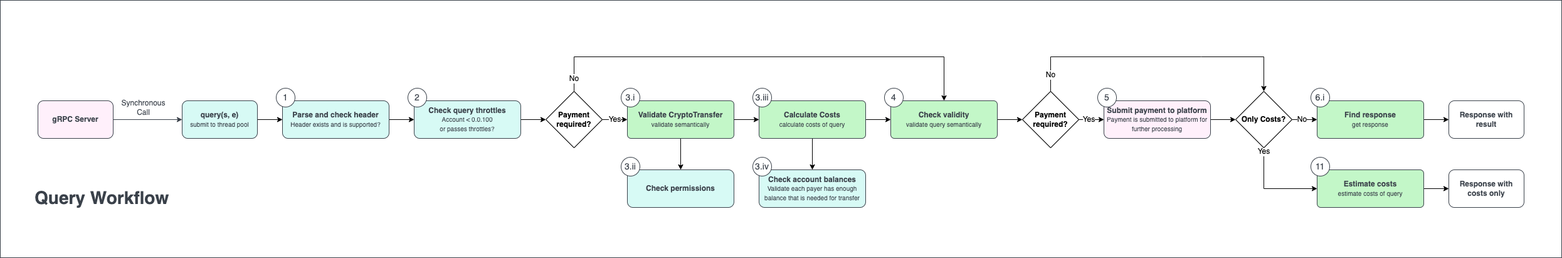
The draw.io diagram hedera-node/docs/design/app/images/Query Workflow.drawio.png in hashgraph/hedera-services, before a commit. Source tidied: cells renumbered, new cells last; positions are measured from the earlier drawing's top-left corner, leaving out a move shared by most shapes.
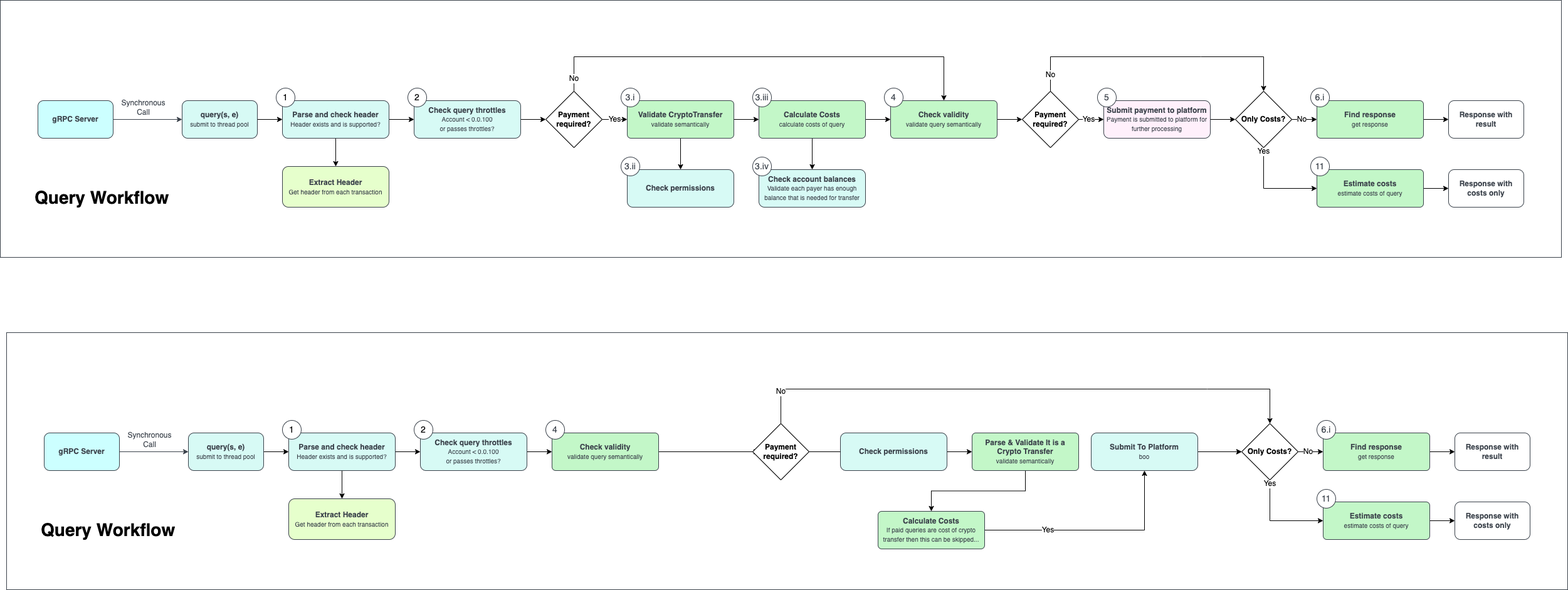
After the commit.

Diff of the diagram source:
```diff
@@ -13,7 +13,7 @@
         <mxPoint x="-16" y="-22" as="offset" />
       </mxGeometry>
     </mxCell>
-    <mxCell id="5" value="&lt;font color=&quot;#3a414a&quot;&gt;&lt;b&gt;gRPC Server&lt;/b&gt;&lt;/font&gt;" style="rounded=1;whiteSpace=wrap;html=1;fontSize=12;fillColor=#FFF0FB;strokeColor=#3A414A;" parent="1" vertex="1">
+    <mxCell id="5" value="&lt;font color=&quot;#3a414a&quot;&gt;&lt;b&gt;gRPC Server&lt;/b&gt;&lt;/font&gt;" style="rounded=1;whiteSpace=wrap;html=1;fontSize=12;fillColor=#CCFFFF;strokeColor=#3A414A;" parent="1" vertex="1">
       <mxGeometry x="60" y="160" width="120" height="60" as="geometry" />
     </mxCell>
     <mxCell id="6" style="edgeStyle=orthogonalEdgeStyle;rounded=0;jettySize=auto;html=1;exitX=1;exitY=0.5;exitDx=0;exitDy=0;fontSize=12;" parent="1" edge="1" source="7" target="14">
@@ -42,12 +42,15 @@
         <mxPoint x="1000" y="140" as="sourcePoint" />
       </mxGeometry>
     </mxCell>
-    <mxCell id="12" value="&lt;h1&gt;Query Workflow&lt;/h1&gt;" style="text;html=1;strokeColor=none;fillColor=none;spacing=5;spacingTop=-20;whiteSpace=wrap;overflow=hidden;rounded=0;labelBorderColor=none;fontSize=14;fontColor=#3A414A;" parent="1" vertex="1">
+    <mxCell id="12" value="&lt;h1&gt;Query Workflow&lt;/h1&gt;" style="text;html=1;strokeColor=none;fillColor=none;spacing=5;spacingTop=-20;whiteSpace=wrap;overflow=hidden;rounded=0;labelBorderColor=none;fontSize=14;fontColor=default;labelBackgroundColor=none;" parent="1" vertex="1">
       <mxGeometry x="50" y="290" width="480" height="50" as="geometry" />
     </mxCell>
     <mxCell id="13" style="edgeStyle=orthogonalEdgeStyle;rounded=0;jettySize=auto;html=1;exitX=1;exitY=0.5;exitDx=0;exitDy=0;entryX=0;entryY=0.5;entryDx=0;entryDy=0;" parent="1" edge="1" source="14" target="45">
       <mxGeometry relative="1" as="geometry" />
     </mxCell>
+    <mxCell id="54" style="edgeStyle=orthogonalEdgeStyle;rounded=0;jettySize=auto;html=1;" parent="1" edge="1" source="14" target="55">
+      <mxGeometry relative="1" as="geometry" />
+    </mxCell>
     <mxCell id="14" value="&lt;font color=&quot;#3a414a&quot;&gt;&lt;b&gt;Parse and check header&lt;br&gt;&lt;/b&gt;&lt;span style=&quot;font-size: 10px;&quot;&gt;Header exists and is supported?&lt;/span&gt;&lt;br&gt;&lt;/font&gt;" style="rounded=1;whiteSpace=wrap;html=1;fontSize=12;fillColor=#D7FAf5;strokeColor=#3A414A;" parent="1" vertex="1">
       <mxGeometry x="450" y="160" width="170" height="60" as="geometry" />
     </mxCell>
@@ -124,7 +127,7 @@
     <mxCell id="35" value="&lt;font color=&quot;#3a414a&quot;&gt;&lt;b&gt;Response with costs only&lt;/b&gt;&lt;br&gt;&lt;/font&gt;" style="rounded=1;whiteSpace=wrap;html=1;fontSize=12;fillColor=none;strokeColor=#3A414A;" parent="1" vertex="1">
       <mxGeometry x="2310" y="270" width="120" height="60" as="geometry" />
     </mxCell>
-    <mxCell id="36" value="1" style="ellipse;whiteSpace=wrap;html=1;labelBorderColor=none;strokeColor=#3A414A;fontSize=14;fontColor=#3A414A;fillColor=default;" parent="1" vertex="1">
+    <mxCell id="36" value="1" style="ellipse;whiteSpace=wrap;html=1;labelBorderColor=none;strokeColor=#3A414A;fontSize=14;fontColor=default;fillColor=default;" parent="1" vertex="1">
       <mxGeometry x="440" y="140" width="30" height="30" as="geometry" />
     </mxCell>
     <mxCell id="37" value="3.i" style="ellipse;whiteSpace=wrap;html=1;labelBorderColor=none;strokeColor=#3A414A;fontSize=14;fontColor=#3A414A;fillColor=default;" parent="1" vertex="1">
@@ -154,7 +157,7 @@
     <mxCell id="45" value="&lt;b style=&quot;color: rgb(58, 65, 74);&quot;&gt;Check query throttles&lt;br&gt;&lt;/b&gt;&lt;font style=&quot;color: rgb(58, 65, 74); font-size: 10px;&quot;&gt;Account &amp;lt; 0.0.100&lt;br&gt;or p&lt;/font&gt;&lt;span style=&quot;color: rgb(58, 65, 74); font-size: 10px;&quot;&gt;asses throttles?&lt;/span&gt;" style="rounded=1;whiteSpace=wrap;html=1;fontSize=12;fillColor=#D7FAf5;strokeColor=#3A414A;" parent="1" vertex="1">
       <mxGeometry x="660" y="160" width="170" height="60" as="geometry" />
     </mxCell>
-    <mxCell id="46" value="2" style="ellipse;whiteSpace=wrap;html=1;labelBorderColor=none;strokeColor=#3A414A;fontSize=14;fontColor=#3A414A;fillColor=default;" parent="1" vertex="1">
+    <mxCell id="46" value="2" style="ellipse;whiteSpace=wrap;html=1;labelBorderColor=none;strokeColor=#3A414A;fontSize=14;fontColor=default;fillColor=default;" parent="1" vertex="1">
       <mxGeometry x="650" y="140" width="30" height="30" as="geometry" />
     </mxCell>
     <mxCell id="47" style="edgeStyle=orthogonalEdgeStyle;rounded=0;jettySize=auto;html=1;exitX=1;exitY=0.5;exitDx=0;exitDy=0;entryX=0;entryY=0.5;entryDx=0;entryDy=0;" parent="1" edge="1" source="48" target="35">
@@ -178,5 +181,154 @@
     <mxCell id="53" value="3.iv" style="ellipse;whiteSpace=wrap;html=1;labelBorderColor=none;strokeColor=#3A414A;fontSize=14;fontColor=#3A414A;fillColor=default;" parent="1" vertex="1">
       <mxGeometry x="1200" y="250" width="30" height="30" as="geometry" />
     </mxCell>
+    <mxCell id="55" value="&lt;font color=&quot;#3a414a&quot;&gt;&lt;b&gt;Extract Header&lt;/b&gt;&lt;br&gt;&lt;span style=&quot;font-size: 10px;&quot;&gt;Get header from each transaction&lt;/span&gt;&lt;br&gt;&lt;/font&gt;" style="rounded=1;whiteSpace=wrap;html=1;fontSize=12;fillColor=#E6FFCC;strokeColor=#3A414A;" parent="1" vertex="1">
+      <mxGeometry x="450" y="265" width="170" height="65" as="geometry" />
+    </mxCell>
+    <mxCell id="56" style="rounded=0;whiteSpace=wrap;html=1;strokeColor=#3A414A;fillColor=default;" parent="1" vertex="1">
+      <mxGeometry x="10" y="530" width="2490" height="410" as="geometry" />
+    </mxCell>
+    <mxCell id="57" style="edgeStyle=orthogonalEdgeStyle;rounded=0;jettySize=auto;html=1;exitX=1;exitY=0.5;exitDx=0;exitDy=0;entryX=0;entryY=0.5;entryDx=0;entryDy=0;fontSize=12;fontColor=#3A414A;strokeColor=#3A414A;" parent="1" edge="1" source="59" target="61">
+      <mxGeometry relative="1" as="geometry" />
+    </mxCell>
+    <mxCell id="58" value="Synchronous&lt;br&gt;Call" style="edgeLabel;html=1;align=center;verticalAlign=middle;fontSize=12;fontColor=#3A414A;" parent="57" vertex="1">
+      <mxGeometry x="0.14" y="-2" relative="1" as="geometry">
+        <mxPoint x="-16" y="-22" as="offset" />
+      </mxGeometry>
+    </mxCell>
+    <mxCell id="59" value="&lt;font color=&quot;#3a414a&quot;&gt;&lt;b&gt;gRPC Server&lt;/b&gt;&lt;/font&gt;" style="rounded=1;whiteSpace=wrap;html=1;fontSize=12;fillColor=#CCFFFF;strokeColor=#3A414A;" parent="1" vertex="1">
+      <mxGeometry x="70" y="690" width="120" height="60" as="geometry" />
+    </mxCell>
+    <mxCell id="60" style="edgeStyle=orthogonalEdgeStyle;rounded=0;jettySize=auto;html=1;exitX=1;exitY=0.5;exitDx=0;exitDy=0;fontSize=12;" parent="1" edge="1" source="61" target="65">
+      <mxGeometry relative="1" as="geometry" />
+    </mxCell>
+    <mxCell id="61" value="&lt;font color=&quot;#3a414a&quot;&gt;&lt;b&gt;query(s, e)&lt;/b&gt;&lt;br&gt;&lt;/font&gt;&lt;span style=&quot;color: rgb(58, 65, 74); font-size: 10px;&quot;&gt;submit to thread pool&lt;/span&gt;&lt;font color=&quot;#3a414a&quot;&gt;&lt;br&gt;&lt;/font&gt;" style="rounded=1;whiteSpace=wrap;html=1;fontSize=12;fillColor=#D7FAf5;strokeColor=#3A414A;" parent="1" vertex="1">
+      <mxGeometry x="300" y="690" width="120" height="60" as="geometry" />
+    </mxCell>
+    <mxCell id="62" value="&lt;h1&gt;Query Workflow&lt;/h1&gt;" style="text;html=1;strokeColor=none;fillColor=none;spacing=5;spacingTop=-20;whiteSpace=wrap;overflow=hidden;rounded=0;labelBorderColor=none;fontSize=14;fontColor=default;labelBackgroundColor=none;" parent="1" vertex="1">
+      <mxGeometry x="60" y="820" width="480" height="50" as="geometry" />
+    </mxCell>
+    <mxCell id="63" style="edgeStyle=orthogonalEdgeStyle;rounded=0;jettySize=auto;html=1;exitX=1;exitY=0.5;exitDx=0;exitDy=0;entryX=0;entryY=0.5;entryDx=0;entryDy=0;" parent="1" edge="1" source="65" target="84">
+      <mxGeometry relative="1" as="geometry" />
+    </mxCell>
+    <mxCell id="64" style="edgeStyle=orthogonalEdgeStyle;rounded=0;jettySize=auto;html=1;" parent="1" edge="1" source="65" target="90">
+      <mxGeometry relative="1" as="geometry" />
+    </mxCell>
+    <mxCell id="65" value="&lt;font color=&quot;#3a414a&quot;&gt;&lt;b&gt;Parse and check header&lt;br&gt;&lt;/b&gt;&lt;span style=&quot;font-size: 10px;&quot;&gt;Header exists and is supported?&lt;/span&gt;&lt;br&gt;&lt;/font&gt;" style="rounded=1;whiteSpace=wrap;html=1;fontSize=12;fillColor=#D7FAf5;strokeColor=#3A414A;" parent="1" vertex="1">
+      <mxGeometry x="460" y="690" width="170" height="60" as="geometry" />
+    </mxCell>
+    <mxCell id="66" style="edgeStyle=orthogonalEdgeStyle;rounded=0;jettySize=auto;html=1;exitX=1;exitY=0.5;exitDx=0;exitDy=0;entryX=0;entryY=0.5;entryDx=0;entryDy=0;" parent="1" edge="1" source="68">
+      <mxGeometry relative="1" as="geometry">
+        <mxPoint x="1210" y="720" as="targetPoint" />
+      </mxGeometry>
+    </mxCell>
+    <mxCell id="67" style="edgeStyle=orthogonalEdgeStyle;rounded=0;orthogonalLoop=1;jettySize=auto;html=1;exitX=1;exitY=0.5;exitDx=0;exitDy=0;entryX=0;entryY=0.5;entryDx=0;entryDy=0;" parent="1" edge="1">
+      <mxGeometry relative="1" as="geometry">
+        <mxPoint x="1180" y="720" as="sourcePoint" />
+      </mxGeometry>
+    </mxCell>
+    <mxCell id="68" value="&lt;font color=&quot;#3a414a&quot;&gt;&lt;b&gt;Check validity&lt;/b&gt;&lt;br&gt;&lt;span style=&quot;font-size: 10px;&quot;&gt;validate query semantically&lt;/span&gt;&lt;br&gt;&lt;/font&gt;" style="rounded=1;whiteSpace=wrap;html=1;fontSize=12;fillColor=#C3F7C8;strokeColor=#3A414A;arcSize=10;" parent="1" vertex="1">
+      <mxGeometry x="880" y="690" width="170" height="60" as="geometry" />
+    </mxCell>
+    <mxCell id="69" style="edgeStyle=orthogonalEdgeStyle;rounded=0;jettySize=auto;html=1;exitX=1;exitY=0.5;exitDx=0;exitDy=0;entryX=0;entryY=0.5;entryDx=0;entryDy=0;fontSize=10;" parent="1" edge="1" target="75">
+      <mxGeometry relative="1" as="geometry">
+        <mxPoint x="1940" y="720" as="sourcePoint" />
+      </mxGeometry>
+    </mxCell>
+    <mxCell id="70" value="Yes" style="edgeStyle=orthogonalEdgeStyle;rounded=0;jettySize=auto;html=1;exitX=1;exitY=0.5;exitDx=0;exitDy=0;fontSize=12;startArrow=none;" parent="1" edge="1" source="98" target="92">
+      <mxGeometry x="-0.42" relative="1" as="geometry" />
+    </mxCell>
+    <mxCell id="71" value="No" style="edgeStyle=orthogonalEdgeStyle;rounded=0;jettySize=auto;html=1;exitX=0.5;exitY=0;exitDx=0;exitDy=0;entryX=0.5;entryY=0;entryDx=0;entryDy=0;fontSize=12;" parent="1" edge="1" source="72" target="75">
+      <mxGeometry x="-0.89" relative="1" as="geometry">
+        <Array as="points">
+          <mxPoint x="1925" y="620" />
+          <mxPoint x="2245" y="620" />
+        </Array>
+      </mxGeometry>
+    </mxCell>
+    <mxCell id="72" value="&lt;font style=&quot;&quot;&gt;&lt;font style=&quot;font-size: 12px;&quot;&gt;&lt;b&gt;Payment required?&lt;/b&gt;&lt;/font&gt;&lt;br&gt;&lt;/font&gt;" style="rhombus;whiteSpace=wrap;html=1;" parent="1" vertex="1">
+      <mxGeometry x="1200" y="675" width="90" height="90" as="geometry" />
+    </mxCell>
+    <mxCell id="73" value="No" style="edgeStyle=orthogonalEdgeStyle;rounded=0;jettySize=auto;html=1;exitX=1;exitY=0.5;exitDx=0;exitDy=0;entryX=0;entryY=0.5;entryDx=0;entryDy=0;fontSize=12;" parent="1" edge="1" source="75" target="80">
+      <mxGeometry x="-0.2" relative="1" as="geometry" />
+    </mxCell>
+    <mxCell id="74" value="Yes" style="edgeStyle=orthogonalEdgeStyle;rounded=0;jettySize=auto;html=1;exitX=0.5;exitY=1;exitDx=0;exitDy=0;entryX=0;entryY=0.5;entryDx=0;entryDy=0;fontSize=12;" parent="1" edge="1" source="75" target="87">
+      <mxGeometry x="-0.92" relative="1" as="geometry" />
+    </mxCell>
+    <mxCell id="75" value="&lt;font style=&quot;&quot;&gt;&lt;font style=&quot;font-size: 12px;&quot;&gt;&lt;b&gt;Only Costs?&lt;/b&gt;&lt;/font&gt;&lt;br&gt;&lt;/font&gt;" style="rhombus;whiteSpace=wrap;html=1;" parent="1" vertex="1">
+      <mxGeometry x="1980" y="675" width="90" height="90" as="geometry" />
+    </mxCell>
+    <mxCell id="76" value="&lt;font color=&quot;#3a414a&quot;&gt;&lt;b&gt;Response with result&lt;/b&gt;&lt;br&gt;&lt;/font&gt;" style="rounded=1;whiteSpace=wrap;html=1;fontSize=12;fillColor=none;strokeColor=#3A414A;" parent="1" vertex="1">
+      <mxGeometry x="2320" y="690" width="120" height="60" as="geometry" />
+    </mxCell>
+    <mxCell id="77" value="&lt;font color=&quot;#3a414a&quot;&gt;&lt;b&gt;Response with costs only&lt;/b&gt;&lt;br&gt;&lt;/font&gt;" style="rounded=1;whiteSpace=wrap;html=1;fontSize=12;fillColor=none;strokeColor=#3A414A;" parent="1" vertex="1">
+      <mxGeometry x="2320" y="800" width="120" height="60" as="geometry" />
+    </mxCell>
+    <mxCell id="78" value="1" style="ellipse;whiteSpace=wrap;html=1;labelBorderColor=none;strokeColor=#3A414A;fontSize=14;fontColor=default;fillColor=default;" parent="1" vertex="1">
+      <mxGeometry x="450" y="670" width="30" height="30" as="geometry" />
+    </mxCell>
+    <mxCell id="79" style="edgeStyle=orthogonalEdgeStyle;rounded=0;jettySize=auto;html=1;exitX=1;exitY=0.5;exitDx=0;exitDy=0;fontSize=12;" parent="1" edge="1" source="80" target="76">
+      <mxGeometry relative="1" as="geometry" />
+    </mxCell>
+    <mxCell id="80" value="&lt;font color=&quot;#3a414a&quot;&gt;&lt;b&gt;Find response&lt;/b&gt;&lt;br&gt;&lt;span style=&quot;font-size: 10px;&quot;&gt;get response&lt;/span&gt;&lt;br&gt;&lt;/font&gt;" style="rounded=1;whiteSpace=wrap;html=1;fontSize=12;fillColor=#C3F7C8;strokeColor=#3A414A;arcSize=10;" parent="1" vertex="1">
+      <mxGeometry x="2110" y="690" width="170" height="60" as="geometry" />
+    </mxCell>
+    <mxCell id="81" value="4" style="ellipse;whiteSpace=wrap;html=1;labelBorderColor=none;strokeColor=#3A414A;fontSize=14;fontColor=#3A414A;fillColor=default;" parent="1" vertex="1">
+      <mxGeometry x="870" y="670" width="30" height="30" as="geometry" />
+    </mxCell>
+    <mxCell id="82" value="6.i" style="ellipse;whiteSpace=wrap;html=1;labelBorderColor=none;strokeColor=#3A414A;fontSize=14;fontColor=#3A414A;fillColor=default;" parent="1" vertex="1">
+      <mxGeometry x="2100" y="670" width="30" height="30" as="geometry" />
+    </mxCell>
+    <mxCell id="83" style="edgeStyle=orthogonalEdgeStyle;rounded=0;jettySize=auto;html=1;exitX=1;exitY=0.5;exitDx=0;exitDy=0;entryX=0;entryY=0.5;entryDx=0;entryDy=0;" parent="1" edge="1" source="84">
+      <mxGeometry relative="1" as="geometry">
+        <mxPoint x="880" y="720" as="targetPoint" />
+      </mxGeometry>
+    </mxCell>
+    <mxCell id="84" value="&lt;b style=&quot;color: rgb(58, 65, 74);&quot;&gt;Check query throttles&lt;br&gt;&lt;/b&gt;&lt;font style=&quot;color: rgb(58, 65, 74); font-size: 10px;&quot;&gt;Account &amp;lt; 0.0.100&lt;br&gt;or p&lt;/font&gt;&lt;span style=&quot;color: rgb(58, 65, 74); font-size: 10px;&quot;&gt;asses throttles?&lt;/span&gt;" style="rounded=1;whiteSpace=wrap;html=1;fontSize=12;fillColor=#D7FAf5;strokeColor=#3A414A;" parent="1" vertex="1">
+      <mxGeometry x="670" y="690" width="170" height="60" as="geometry" />
+    </mxCell>
+    <mxCell id="85" value="2" style="ellipse;whiteSpace=wrap;html=1;labelBorderColor=none;strokeColor=#3A414A;fontSize=14;fontColor=default;fillColor=default;" parent="1" vertex="1">
+      <mxGeometry x="660" y="670" width="30" height="30" as="geometry" />
+    </mxCell>
+    <mxCell id="86" style="edgeStyle=orthogonalEdgeStyle;rounded=0;jettySize=auto;html=1;exitX=1;exitY=0.5;exitDx=0;exitDy=0;entryX=0;entryY=0.5;entryDx=0;entryDy=0;" parent="1" edge="1" source="87" target="77">
+      <mxGeometry relative="1" as="geometry" />
+    </mxCell>
+    <mxCell id="87" value="&lt;font color=&quot;#3a414a&quot;&gt;&lt;b&gt;Estimate costs&lt;/b&gt;&lt;br&gt;&lt;span style=&quot;font-size: 10px;&quot;&gt;estimate costs of query&lt;/span&gt;&lt;br&gt;&lt;/font&gt;" style="rounded=1;whiteSpace=wrap;html=1;fontSize=12;fillColor=#C3F7C8;strokeColor=#3A414A;arcSize=10;" parent="1" vertex="1">
+      <mxGeometry x="2110" y="800" width="170" height="60" as="geometry" />
+    </mxCell>
+    <mxCell id="88" value="11" style="ellipse;whiteSpace=wrap;html=1;labelBorderColor=none;strokeColor=#3A414A;fontSize=14;fontColor=#3A414A;fillColor=default;" parent="1" vertex="1">
+      <mxGeometry x="2100" y="780" width="30" height="30" as="geometry" />
+    </mxCell>
+    <mxCell id="89" style="edgeStyle=orthogonalEdgeStyle;rounded=0;orthogonalLoop=1;jettySize=auto;html=1;exitX=0.5;exitY=1;exitDx=0;exitDy=0;entryX=0.5;entryY=0;entryDx=0;entryDy=0;" parent="1" edge="1">
+      <mxGeometry relative="1" as="geometry">
+        <mxPoint x="1305" y="800" as="targetPoint" />
+      </mxGeometry>
+    </mxCell>
+    <mxCell id="90" value="&lt;font color=&quot;#3a414a&quot;&gt;&lt;b&gt;Extract Header&lt;/b&gt;&lt;br&gt;&lt;span style=&quot;font-size: 10px;&quot;&gt;Get header from each transaction&lt;/span&gt;&lt;br&gt;&lt;/font&gt;" style="rounded=1;whiteSpace=wrap;html=1;fontSize=12;fillColor=#E6FFCC;strokeColor=#3A414A;" parent="1" vertex="1">
+      <mxGeometry x="460" y="795" width="170" height="65" as="geometry" />
+    </mxCell>
+    <mxCell id="91" style="edgeStyle=orthogonalEdgeStyle;rounded=0;jettySize=auto;html=1;entryX=0;entryY=0.5;entryDx=0;entryDy=0;" parent="1" edge="1" source="92" target="75">
+      <mxGeometry relative="1" as="geometry" />
+    </mxCell>
+    <mxCell id="92" value="&lt;font color=&quot;#3a414a&quot;&gt;&lt;b&gt;Submit To Platform&lt;/b&gt;&lt;/font&gt;&lt;b style=&quot;color: rgb(58, 65, 74);&quot;&gt;&lt;br&gt;&lt;/b&gt;&lt;font style=&quot;color: rgb(58, 65, 74); font-size: 10px;&quot;&gt;boo&lt;/font&gt;&lt;font color=&quot;#3a414a&quot;&gt;&lt;br&gt;&lt;/font&gt;" style="rounded=1;whiteSpace=wrap;html=1;fontSize=12;fillColor=#D7FAf5;strokeColor=#3A414A;" parent="1" vertex="1">
+      <mxGeometry x="1740" y="690" width="170" height="60" as="geometry" />
+    </mxCell>
+    <mxCell id="93" style="edgeStyle=orthogonalEdgeStyle;rounded=0;jettySize=auto;html=1;" parent="1" edge="1" source="94" target="98">
+      <mxGeometry relative="1" as="geometry" />
+    </mxCell>
+    <mxCell id="94" value="&lt;font color=&quot;#3a414a&quot;&gt;&lt;b&gt;Parse &amp;amp; Validate It is a Crypto Transfer&lt;/b&gt;&lt;br&gt;&lt;span style=&quot;font-size: 10px;&quot;&gt;validate semantically&lt;/span&gt;&lt;/font&gt;&lt;font color=&quot;#3a414a&quot;&gt;&lt;br&gt;&lt;/font&gt;" style="rounded=1;whiteSpace=wrap;html=1;fontSize=12;fillColor=#C3F7C8;strokeColor=#3A414A;arcSize=10;fillStyle=auto;" parent="1" vertex="1">
+      <mxGeometry x="1550" y="690" width="170" height="60" as="geometry" />
+    </mxCell>
+    <mxCell id="95" style="edgeStyle=orthogonalEdgeStyle;rounded=0;jettySize=auto;html=1;entryX=0;entryY=0.5;entryDx=0;entryDy=0;" parent="1" edge="1" source="96" target="94">
+      <mxGeometry relative="1" as="geometry" />
+    </mxCell>
+    <mxCell id="96" value="&lt;b style=&quot;color: rgb(58, 65, 74);&quot;&gt;Check permissions&lt;/b&gt;" style="rounded=1;whiteSpace=wrap;html=1;fontSize=12;fillColor=#D7FAf5;strokeColor=#3A414A;" parent="1" vertex="1">
+      <mxGeometry x="1340" y="690" width="170" height="60" as="geometry" />
+    </mxCell>
+    <mxCell id="97" style="edgeStyle=orthogonalEdgeStyle;rounded=0;jettySize=auto;html=1;exitX=1;exitY=0.5;exitDx=0;exitDy=0;fontSize=12;entryX=0;entryY=0.5;entryDx=0;entryDy=0;endArrow=none;" parent="1" edge="1" source="72" target="96">
+      <mxGeometry x="-0.73" relative="1" as="geometry" />
+    </mxCell>
+    <mxCell id="98" value="&lt;font color=&quot;#3a414a&quot;&gt;&lt;b&gt;Calculate Costs&lt;/b&gt;&lt;br&gt;&lt;span style=&quot;font-size: 10px;&quot;&gt;If paid queries are cost of crypto transfer then this can be skipped...&lt;/span&gt;&lt;/font&gt;&lt;font color=&quot;#3a414a&quot;&gt;&lt;br&gt;&lt;/font&gt;" style="rounded=1;whiteSpace=wrap;html=1;fontSize=12;fillColor=#C3F7C8;strokeColor=#3A414A;arcSize=10;" parent="1" vertex="1">
+      <mxGeometry x="1400" y="815" width="170" height="60" as="geometry" />
+    </mxCell>
   </root>
 </mxGraphModel>
```
